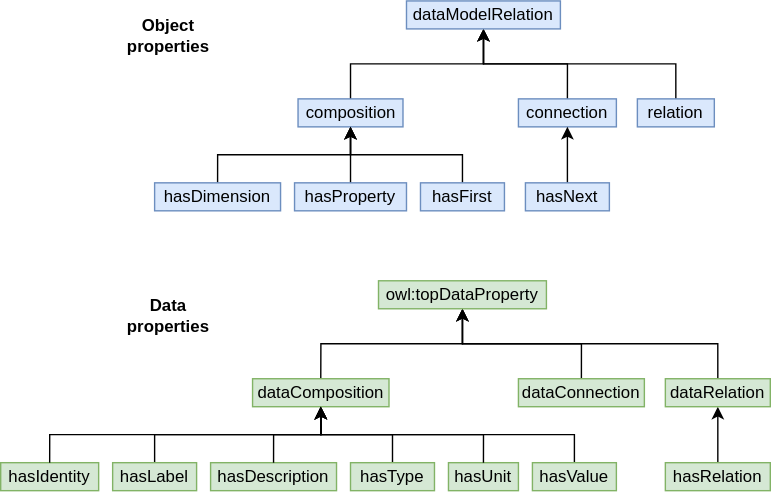
emmo-repo/domain-datamodel keeps this draw.io diagram as figs/relations.svg. Above is the earlier version. Source tidied: cells renumbered, new cells last; positions are measured from the earlier drawing's top-left corner, leaving out a move shared by most shapes.
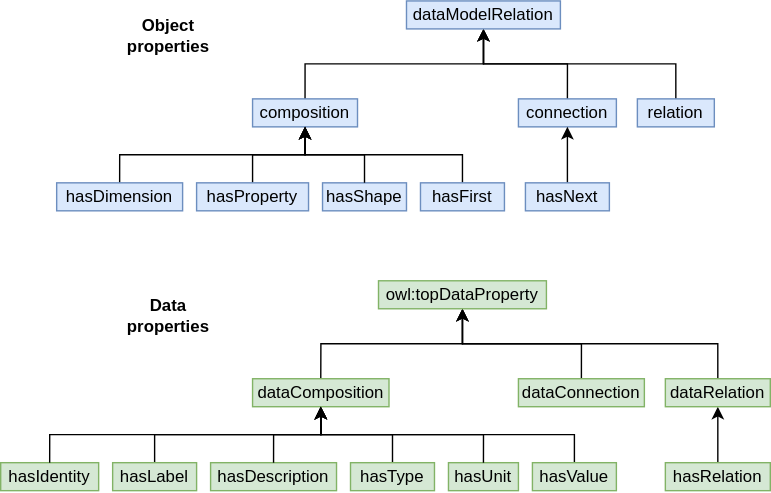
Later version of the same file.

Commit message:
Added missing hasShape relation

Change to the diagram source:
```diff
@@ -6,19 +6,19 @@
       <mxGeometry relative="1" as="geometry" />
     </mxCell>
     <mxCell id="3" value="composition" style="rounded=0;whiteSpace=wrap;html=1;fillColor=#dae8fc;strokeColor=#6c8ebf;" parent="1" vertex="1">
-      <mxGeometry x="212.5" y="70" width="75" height="20" as="geometry" />
+      <mxGeometry x="180" y="70" width="75" height="20" as="geometry" />
     </mxCell>
     <mxCell id="4" style="edgeStyle=orthogonalEdgeStyle;rounded=0;jettySize=auto;html=1;exitX=0.5;exitY=0;exitDx=0;exitDy=0;entryX=0.5;entryY=1;entryDx=0;entryDy=0;" parent="1" edge="1" source="5" target="3">
       <mxGeometry relative="1" as="geometry" />
     </mxCell>
     <mxCell id="5" value="hasProperty" style="rounded=0;whiteSpace=wrap;html=1;fillColor=#dae8fc;strokeColor=#6c8ebf;" parent="1" vertex="1">
-      <mxGeometry x="210" y="130" width="80" height="20" as="geometry" />
+      <mxGeometry x="140" y="130" width="80" height="20" as="geometry" />
     </mxCell>
     <mxCell id="6" style="edgeStyle=orthogonalEdgeStyle;rounded=0;jettySize=auto;html=1;exitX=0.5;exitY=0;exitDx=0;exitDy=0;entryX=0.5;entryY=1;entryDx=0;entryDy=0;" parent="1" edge="1" source="7" target="3">
       <mxGeometry relative="1" as="geometry" />
     </mxCell>
     <mxCell id="7" value="hasDimension" style="rounded=0;whiteSpace=wrap;html=1;fillColor=#dae8fc;strokeColor=#6c8ebf;" parent="1" vertex="1">
-      <mxGeometry x="110" y="130" width="90" height="20" as="geometry" />
+      <mxGeometry x="40" y="130" width="90" height="20" as="geometry" />
     </mxCell>
     <mxCell id="8" style="edgeStyle=orthogonalEdgeStyle;rounded=0;jettySize=auto;html=1;exitX=0.5;exitY=0;exitDx=0;exitDy=0;" parent="1" edge="1" source="9" target="3">
       <mxGeometry relative="1" as="geometry" />
@@ -116,5 +116,11 @@
     <mxCell id="39" value="&lt;b&gt;Data properties&lt;/b&gt;" style="text;html=1;strokeColor=none;fillColor=none;align=center;verticalAlign=middle;whiteSpace=wrap;rounded=0;" parent="1" vertex="1">
       <mxGeometry x="90" y="210" width="60" height="30" as="geometry" />
     </mxCell>
+    <mxCell id="40" value="hasShape" style="rounded=0;whiteSpace=wrap;html=1;fillColor=#dae8fc;strokeColor=#6c8ebf;" parent="1" vertex="1">
+      <mxGeometry x="230" y="130" width="60" height="20" as="geometry" />
+    </mxCell>
+    <mxCell id="41" style="edgeStyle=orthogonalEdgeStyle;rounded=0;jettySize=auto;html=1;exitX=0.5;exitY=0;exitDx=0;exitDy=0;entryX=0.5;entryY=1;entryDx=0;entryDy=0;" parent="1" edge="1" source="40" target="3">
+      <mxGeometry relative="1" as="geometry" />
+    </mxCell>
   </root>
 </mxGraphModel>
```
